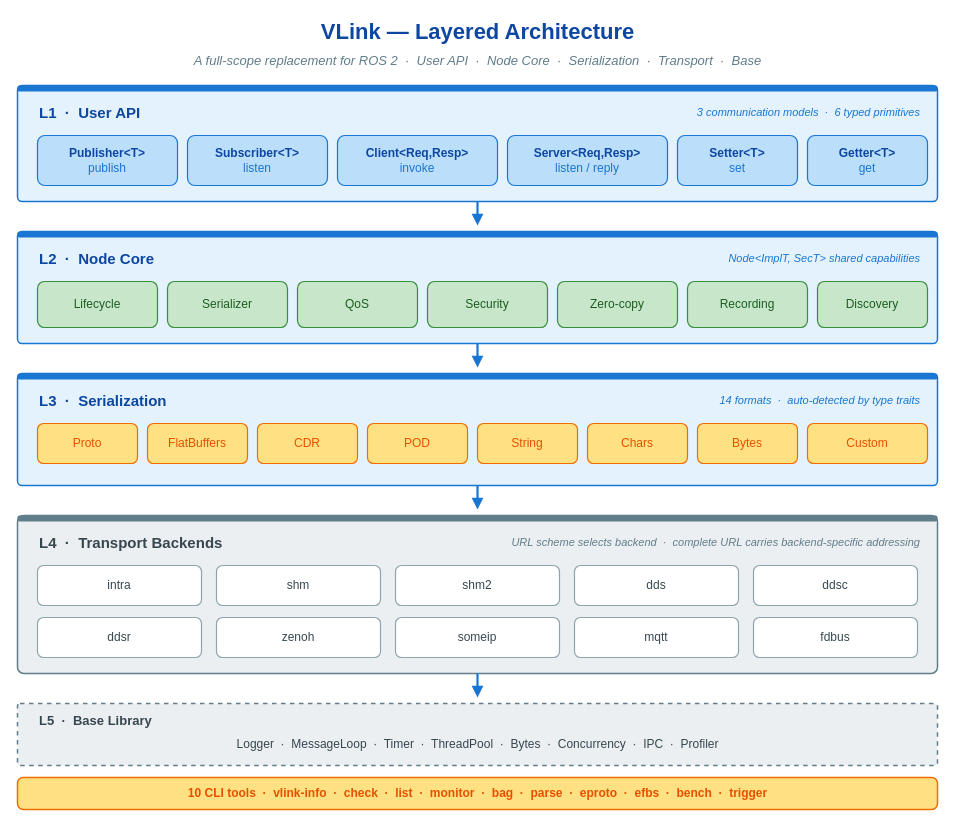
thun-res/vlink keeps this draw.io diagram as doc/images/foreword-layered-architecture.drawio. Above is the earlier version. Source tidied: cells renumbered, new cells numbered last; positions are measured from the earlier drawing's top-left corner, leaving out a move shared by most shapes. Both pictures are drawn from the tidied source at 100%, with x=0, y=0 at pixel (17, 17).
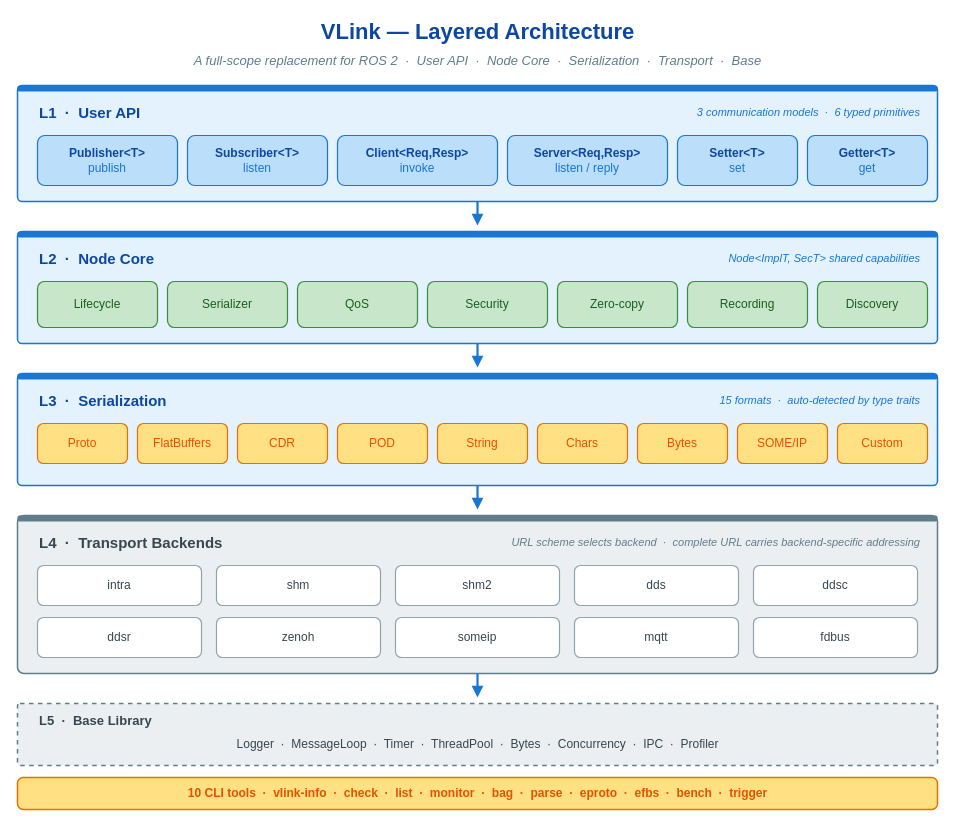
The same page after the edit.

Change to the diagram source:
```diff
@@
-    <mxCell id="30" value="14 formats  ·  auto-detected by type traits" style="text;html=1;align=right;verticalAlign=middle;strokeColor=none;fillColor=none;fontFamily=Helvetica;fontSize=11;fontStyle=2;fontColor=#1976d2;" parent="1" vertex="1">
+    <mxCell id="30" value="15 formats  ·  auto-detected by type traits" style="text;html=1;align=right;verticalAlign=middle;strokeColor=none;fillColor=none;fontFamily=Helvetica;fontSize=11;fontStyle=2;fontColor=#1976d2;" parent="1" vertex="1">
       <mxGeometry x="460" y="372" width="444" height="22" as="geometry" />
     </mxCell>
     <mxCell id="31" value="Proto" style="rounded=1;whiteSpace=wrap;html=1;fillColor=#ffe082;strokeColor=#ef6c00;strokeWidth=1.2;fontFamily=Helvetica;fontSize=12;fontColor=#e65100;shadow=0;" parent="1" vertex="1">
-      <mxGeometry x="20" y="406" width="100" height="40" as="geometry" />
+      <mxGeometry x="20" y="406" width="90" height="40" as="geometry" />
     </mxCell>
     <mxCell id="32" value="FlatBuffers" style="rounded=1;whiteSpace=wrap;html=1;fillColor=#ffe082;strokeColor=#ef6c00;strokeWidth=1.2;fontFamily=Helvetica;fontSize=12;fontColor=#e65100;shadow=0;" parent="1" vertex="1">
-      <mxGeometry x="130" y="406" width="100" height="40" as="geometry" />
+      <mxGeometry x="120" y="406" width="90" height="40" as="geometry" />
     </mxCell>
     <mxCell id="33" value="CDR" style="rounded=1;whiteSpace=wrap;html=1;fillColor=#ffe082;strokeColor=#ef6c00;strokeWidth=1.2;fontFamily=Helvetica;fontSize=12;fontColor=#e65100;shadow=0;" parent="1" vertex="1">
-      <mxGeometry x="240" y="406" width="100" height="40" as="geometry" />
+      <mxGeometry x="220" y="406" width="90" height="40" as="geometry" />
     </mxCell>
     <mxCell id="34" value="POD" style="rounded=1;whiteSpace=wrap;html=1;fillColor=#ffe082;strokeColor=#ef6c00;strokeWidth=1.2;fontFamily=Helvetica;fontSize=12;fontColor=#e65100;shadow=0;" parent="1" vertex="1">
-      <mxGeometry x="350" y="406" width="100" height="40" as="geometry" />
+      <mxGeometry x="320" y="406" width="90" height="40" as="geometry" />
     </mxCell>
     <mxCell id="35" value="String" style="rounded=1;whiteSpace=wrap;html=1;fillColor=#ffe082;strokeColor=#ef6c00;strokeWidth=1.2;fontFamily=Helvetica;fontSize=12;fontColor=#e65100;shadow=0;" parent="1" vertex="1">
-      <mxGeometry x="460" y="406" width="100" height="40" as="geometry" />
+      <mxGeometry x="420" y="406" width="90" height="40" as="geometry" />
     </mxCell>
     <mxCell id="36" value="Chars" style="rounded=1;whiteSpace=wrap;html=1;fillColor=#ffe082;strokeColor=#ef6c00;strokeWidth=1.2;fontFamily=Helvetica;fontSize=12;fontColor=#e65100;shadow=0;" parent="1" vertex="1">
-      <mxGeometry x="570" y="406" width="100" height="40" as="geometry" />
+      <mxGeometry x="520" y="406" width="90" height="40" as="geometry" />
     </mxCell>
     <mxCell id="37" value="Bytes" style="rounded=1;whiteSpace=wrap;html=1;fillColor=#ffe082;strokeColor=#ef6c00;strokeWidth=1.2;fontFamily=Helvetica;fontSize=12;fontColor=#e65100;shadow=0;" parent="1" vertex="1">
-      <mxGeometry x="680" y="406" width="100" height="40" as="geometry" />
+      <mxGeometry x="620" y="406" width="90" height="40" as="geometry" />
     </mxCell>
-    <mxCell id="38" value="Custom" style="rounded=1;whiteSpace=wrap;html=1;fillColor=#ffe082;strokeColor=#ef6c00;strokeWidth=1.2;fontFamily=Helvetica;fontSize=12;fontColor=#e65100;shadow=0;" parent="1" vertex="1">
-      <mxGeometry x="790" y="406" width="120" height="40" as="geometry" />
+    <mxCell id="38" value="SOME/IP" style="rounded=1;whiteSpace=wrap;html=1;fillColor=#ffe082;strokeColor=#ef6c00;strokeWidth=1.2;fontFamily=Helvetica;fontSize=12;fontColor=#e65100;shadow=0;" parent="1" vertex="1">
+      <mxGeometry x="720" y="406" width="90" height="40" as="geometry" />
     </mxCell>
+    <mxCell id="60" value="Custom" style="rounded=1;whiteSpace=wrap;html=1;fillColor=#ffe082;strokeColor=#ef6c00;strokeWidth=1.2;fontFamily=Helvetica;fontSize=12;fontColor=#e65100;shadow=0;" parent="1" vertex="1">
+      <mxGeometry x="820" y="406" width="90" height="40" as="geometry" />
+    </mxCell>
```
